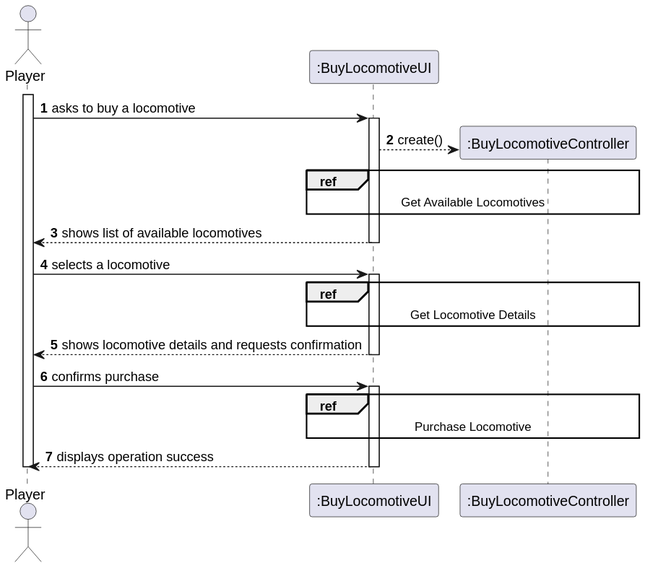
Before: docs/system-documentation/Sprint 2/US09/03.design/svg/US09-SD-split.svg, a diagram exported from PlantUML (HenriqueSilva18/Railway-Network-Simulator).
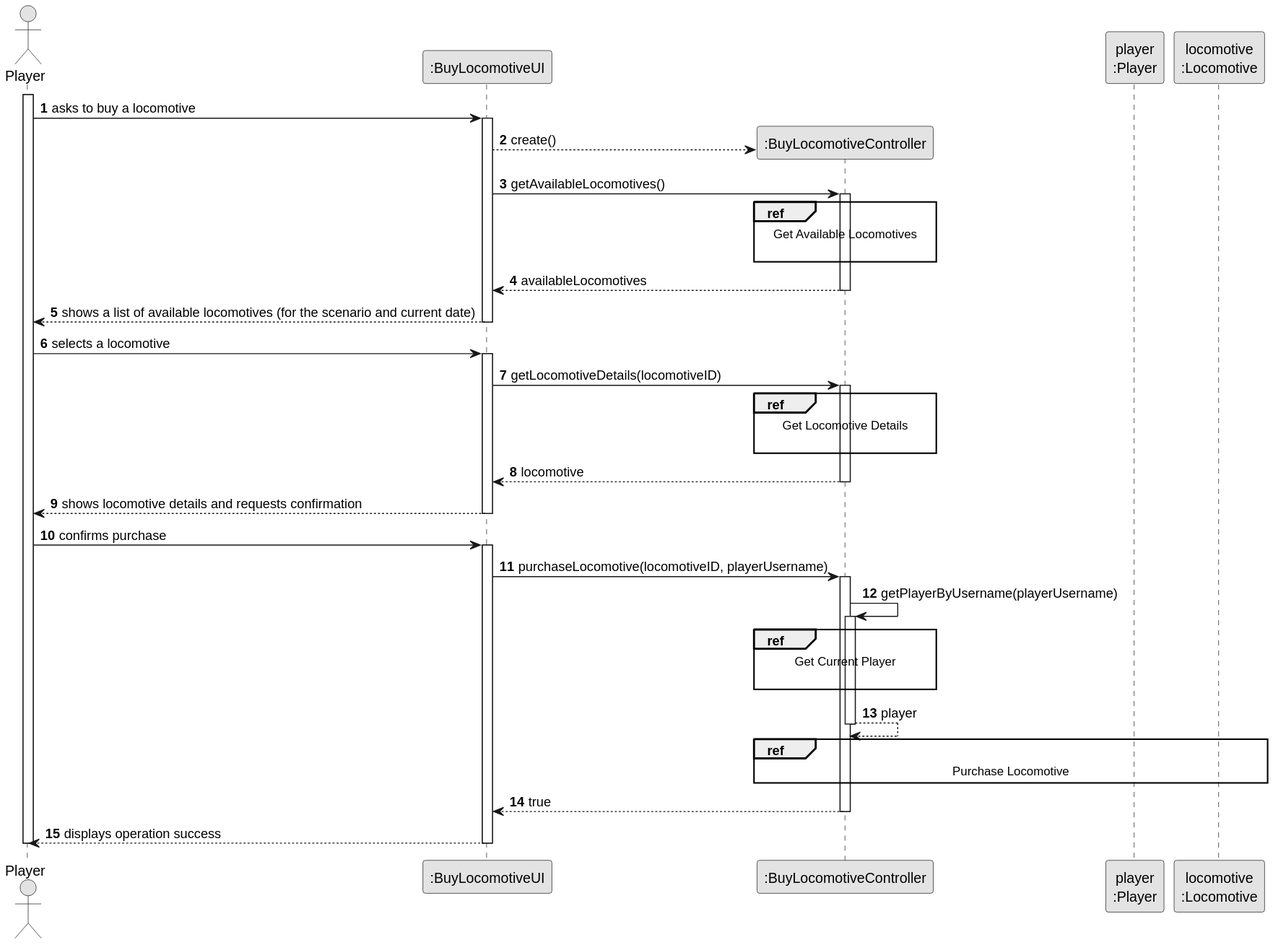
After the commit.

The edit, as a diff of the source:
```diff
@@ -1,45 +1,78 @@
 @startuml
+skinparam monochrome true
 skinparam packageStyle rectangle
 skinparam shadowing false
 
 autonumber
 
-actor "Player" as PLAYER
+actor "Player" as PLAYER_ACTOR
+
 participant ":BuyLocomotiveUI" as UI
 participant ":BuyLocomotiveController" as CTRL
+participant "player\n:Player" as PLAYER
+participant "locomotive\n:Locomotive" as LOCOMOTIVE
 
-activate PLAYER
+activate PLAYER_ACTOR
 
-    PLAYER -> UI : asks to buy a locomotive
+    PLAYER_ACTOR -> UI : asks to buy a locomotive
+
     activate UI
+
         UI --> CTRL** : create()
+        UI -> CTRL : getAvailableLocomotives()
+        ref over CTRL
+            Get Available Locomotives
 
-        ref over UI, CTRL
-            Get Available Locomotives
         end ref
 
-        UI --> PLAYER : shows list of available locomotives
+        activate CTRL
+
+            CTRL --> UI : availableLocomotives
+        deactivate CTRL
+
+        UI --> PLAYER_ACTOR : shows a list of available locomotives (for the scenario and current date)
     deactivate UI
 
-    PLAYER -> UI : selects a locomotive
+    PLAYER_ACTOR -> UI : selects a locomotive
     activate UI
 
-        ref over UI, CTRL
-            Get Locomotive Details
-        end ref
+        UI -> CTRL : getLocomotiveDetails(locomotiveID)
+        activate CTRL
+            ref over CTRL
+                Get Locomotive Details
 
-        UI --> PLAYER : shows locomotive details and requests confirmation
+            end ref
+            CTRL --> UI : locomotive
+        deactivate CTRL
+
+        UI --> PLAYER_ACTOR : shows locomotive details and requests confirmation
     deactivate UI
 
-    PLAYER -> UI : confirms purchase
+    PLAYER_ACTOR -> UI : confirms purchase
     activate UI
 
-        ref over UI, CTRL
-            Purchase Locomotive
-        end ref
+        UI -> CTRL : purchaseLocomotive(locomotiveID, playerUsername)
+        activate CTRL
 
-        UI --> PLAYER : displays operation success
+            CTRL -> CTRL : getPlayerByUsername(playerUsername)
+            activate CTRL
+
+                ref over CTRL
+                    Get Current Player
+
+                end ref
+                CTRL --> CTRL : player
+            deactivate CTRL
+
+            ref over CTRL, PLAYER, LOCOMOTIVE
+                Purchase Locomotive
+            end ref
+
+            CTRL --> UI : true
+        deactivate CTRL
+
+        UI --> PLAYER_ACTOR : displays operation success
     deactivate UI
 
-deactivate PLAYER
+deactivate PLAYER_ACTOR
 @enduml
```
